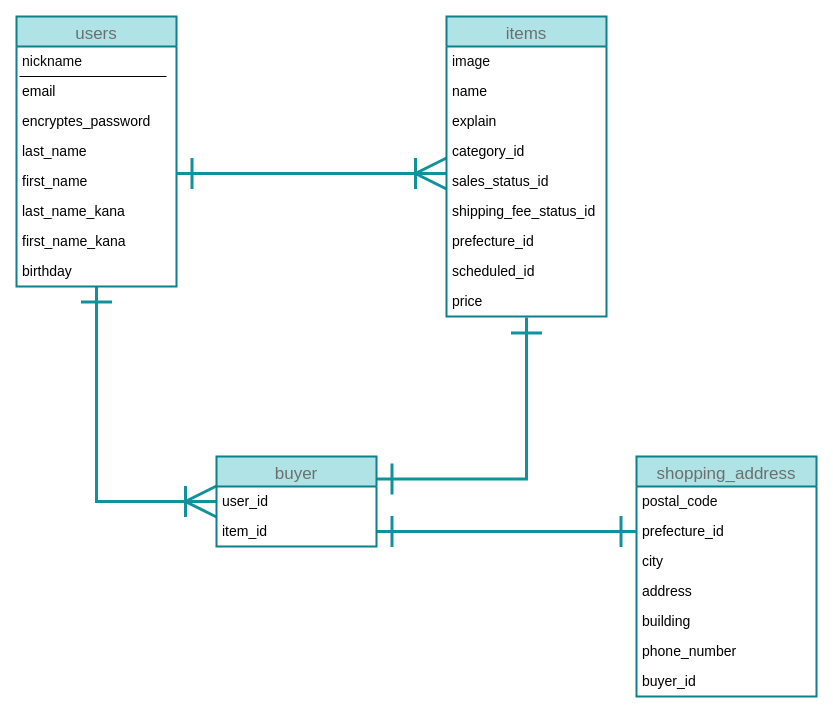
Before: furima.dio in Ioa-041/furima-30559, a draw.io diagram. Source tidied: cells renumbered, new cells numbered last; positions are measured from the earlier drawing's top-left corner, leaving out a move shared by most shapes. Both pictures are drawn from the tidied source at 100%, with x=0, y=0 at pixel (16, 16).
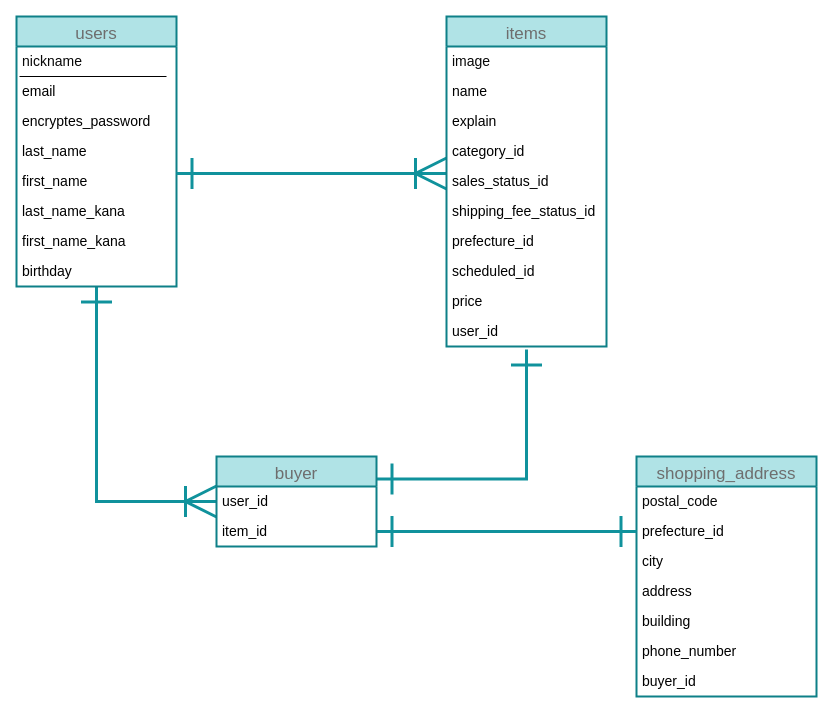
Above is the later version.

Commit message:
itemsテーブルの外部キーの記述追加

The change refers to these unchanged cells:
```xml
<mxCell id="33" value="price" style="text;strokeColor=none;fillColor=none;spacingLeft=4;spacingRight=4;overflow=hidden;points=[[0,0.5],[1,0.5]];portConstraint=eastwest;fontSize=14;fontColor=#000000;" parent="24" vertex="1">
  <mxGeometry y="270" width="160" height="30" as="geometry" />
</mxCell>
<mxCell id="34" value="buyer" style="swimlane;fontStyle=0;horizontal=1;startSize=30;align=center;fontSize=17;strokeColor=#0e8088;labelBackgroundColor=none;fillColor=#b0e3e6;fontColor=#6E6E6E;strokeWidth=2;labelBorderColor=none;" parent="1" vertex="1">
  <mxGeometry x="200" y="440" width="160" height="90" as="geometry" />
</mxCell>
```

Change to the diagram source:
```diff
@@
-    <mxCell id="13" style="edgeStyle=orthogonalEdgeStyle;rounded=0;jettySize=auto;html=1;fontColor=#6E6E6E;endArrow=ERone;endFill=0;strokeWidth=3;targetPerimeterSpacing=0;endSize=27;fillColor=#b0e3e6;strokeColor=#10929C;exitX=0.5;exitY=1.033;exitDx=0;exitDy=0;exitPerimeter=0;entryX=1;entryY=0.25;entryDx=0;entryDy=0;startArrow=ERone;startFill=0;startSize=27;" parent="1" edge="1" source="33" target="34">
+    <mxCell id="13" style="edgeStyle=orthogonalEdgeStyle;rounded=0;jettySize=auto;html=1;fontColor=#6E6E6E;endArrow=ERone;endFill=0;strokeWidth=3;targetPerimeterSpacing=0;endSize=27;fillColor=#b0e3e6;strokeColor=#10929C;entryX=1;entryY=0.25;entryDx=0;entryDy=0;startArrow=ERone;startFill=0;startSize=27;" parent="1" edge="1" target="34">
       <mxGeometry relative="1" as="geometry">
+        <mxPoint x="510" y="333" as="sourcePoint" />
         <Array as="points">
           <mxPoint x="510" y="463" />
         </Array>
       </mxGeometry>
     </mxCell>
@@
     <mxCell id="24" value="items" style="swimlane;fontStyle=0;horizontal=1;startSize=30;align=center;fontSize=17;strokeColor=#0e8088;labelBackgroundColor=none;fillColor=#b0e3e6;fontColor=#6E6E6E;strokeWidth=2;" parent="1" vertex="1">
-      <mxGeometry x="430" width="160" height="300" as="geometry" />
+      <mxGeometry x="430" width="160" height="330" as="geometry" />
     </mxCell>
@@
+    <mxCell id="37" value="user_id" style="text;strokeColor=none;fillColor=none;spacingLeft=4;spacingRight=4;overflow=hidden;fontSize=14;fontColor=#000000;" parent="24" vertex="1">
+      <mxGeometry y="300" width="160" height="30" as="geometry" />
+    </mxCell>
```
